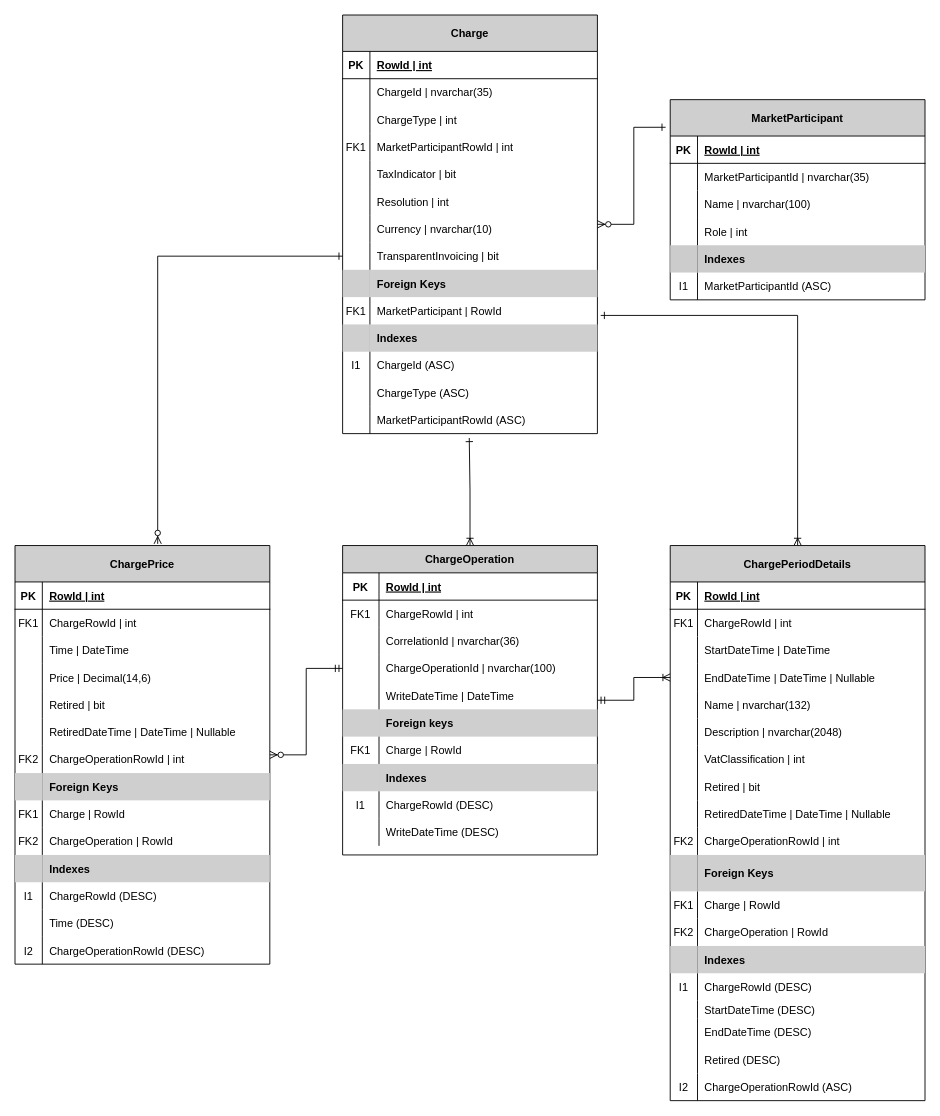
Earlier version of the draw.io diagram docs/data-models/ChargesDataModel.drawio (Energinet-DataHub/ARCHIVED-geh-charges). Source tidied: cells renumbered, new cells numbered last; positions are measured from the earlier drawing's top-left corner, leaving out a move shared by most shapes. Both pictures are drawn from the tidied source at 91%, with x=0, y=0 at pixel (15, 15).
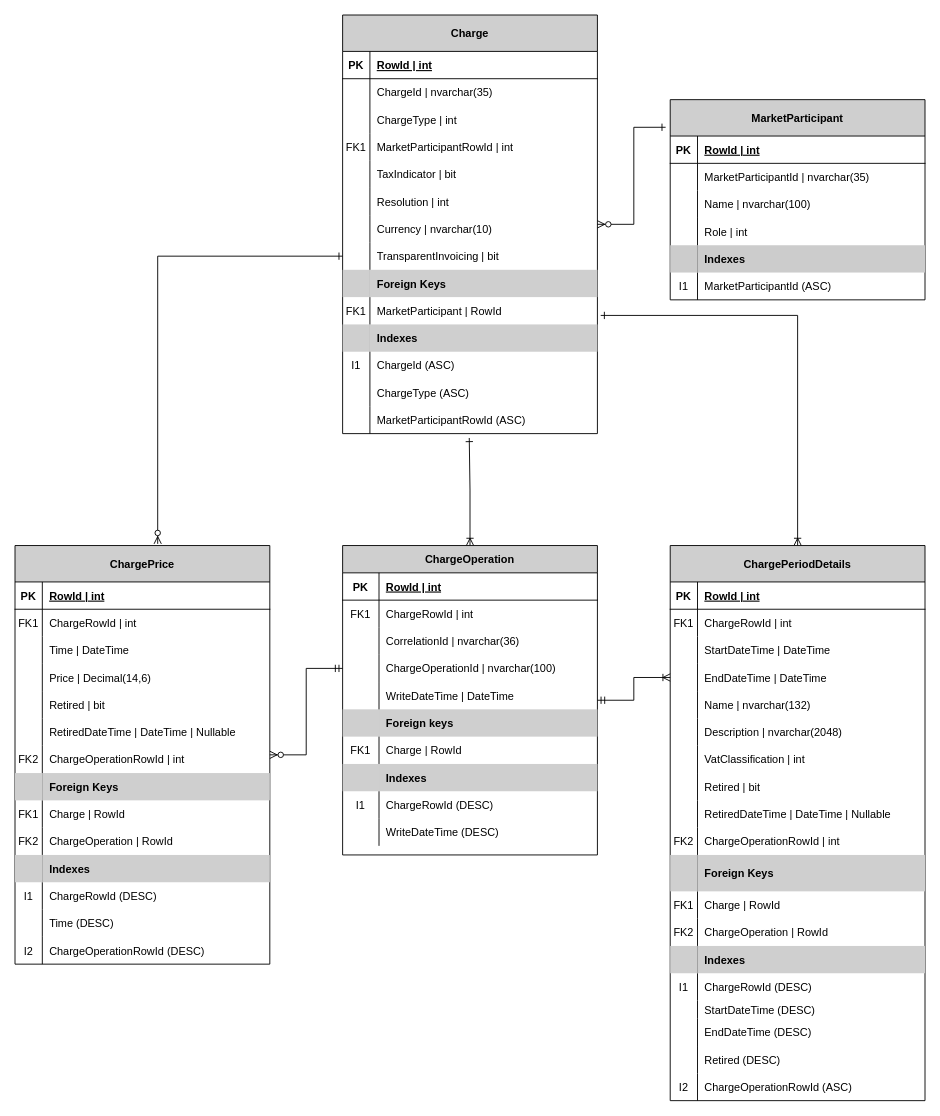
The same page after the edit.

Commit message (it also covers changes not shown here):
Removed Nullable tags from data models documentation

The change refers to these unchanged cells:
```xml
<mxCell id="90" style="shape=partialRectangle;fillColor=none;top=0;left=0;bottom=0;right=0;points=[[0,0.5],[1,0.5]];portConstraint=eastwest;" parent="80" vertex="1">
  <mxGeometry y="130" width="280" height="30" as="geometry" />
</mxCell>
```

Change to the diagram source:
```diff
@@
-    <mxCell id="92" value="EndDateTime | DateTime | Nullable" style="shape=partialRectangle;fillColor=none;top=0;left=0;bottom=0;right=0;align=left;spacingLeft=6;overflow=hidden;" parent="90" vertex="1">
+    <mxCell id="92" value="EndDateTime | DateTime" style="shape=partialRectangle;fillColor=none;top=0;left=0;bottom=0;right=0;align=left;spacingLeft=6;overflow=hidden;" parent="90" vertex="1">
       <mxGeometry x="30" width="250" height="30" as="geometry" />
     </mxCell>
```
